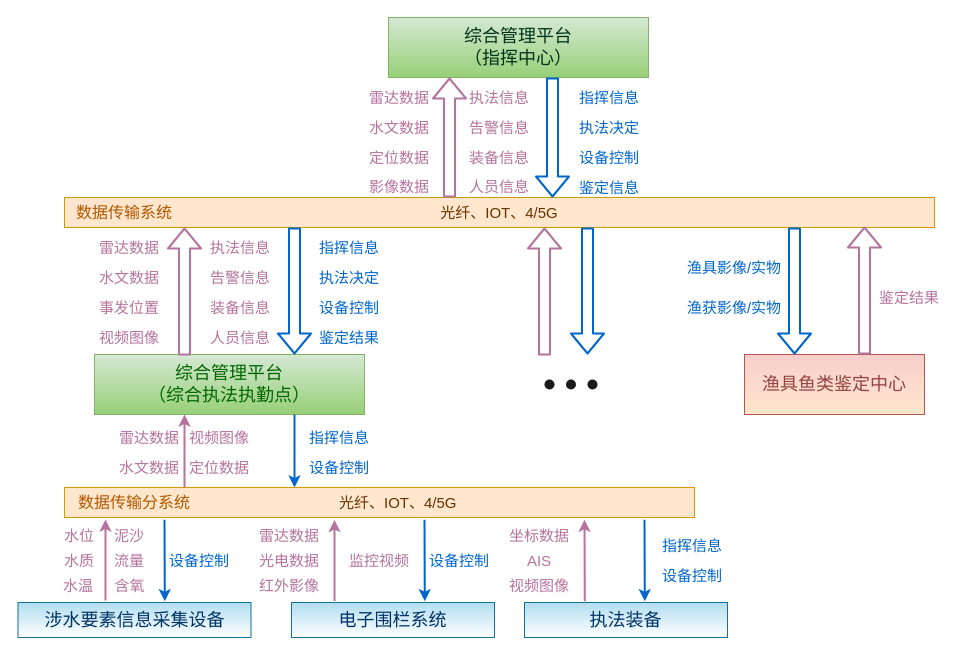
This is 信息关系.drawio from singleYU/WPF_Docs, a draw.io file, before an edit. Source tidied: cells renumbered, new cells numbered last; positions are measured from the earlier drawing's top-left corner, leaving out a move shared by most shapes. Both pictures are drawn from the tidied source at 100%, with x=0, y=0 at pixel (18, 17).
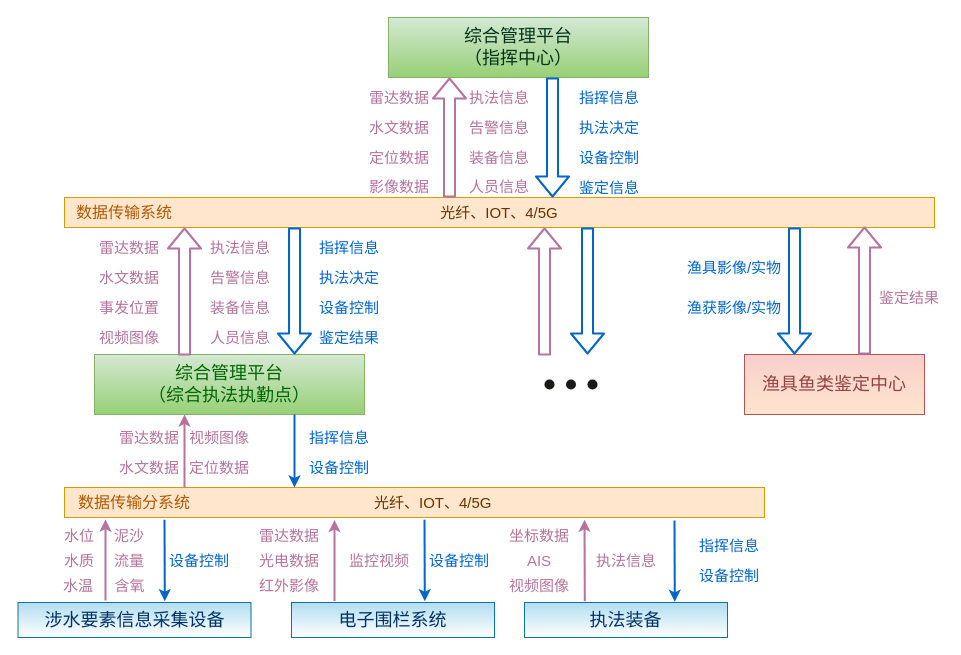
Above is the later version.

Commit message (it also covers changes not shown here):
更新信息关系.drawio

Diff of the diagram source:
```diff
@@
     <mxCell id="35" value="&amp;nbsp; &amp;nbsp; &amp;nbsp; &amp;nbsp; &amp;nbsp;光纤、IOT、4/5G" style="rounded=0;whiteSpace=wrap;html=1;fillColor=#ffe6cc;strokeColor=#d79b00;glass=0;shadow=0;gradientDirection=north;strokeWidth=1;fontSize=15;fontColor=#663300;" parent="1" vertex="1">
-      <mxGeometry x="46" y="470" width="630" height="30" as="geometry" />
+      <mxGeometry x="46" y="470" width="700" height="30" as="geometry" />
     </mxCell>
@@
     <mxCell id="62" style="endArrow=classic;html=1;fontSize=15;fontColor=#663300;strokeColor=#0066CC;strokeWidth=2;entryX=0.113;entryY=1.056;entryDx=0;entryDy=0;entryPerimeter=0;" parent="1" edge="1">
       <mxGeometry relative="1" as="geometry">
-        <mxPoint x="626" y="502.3" as="sourcePoint" />
-        <mxPoint x="626.3" y="583.7" as="targetPoint" />
+        <mxPoint x="656" y="503" as="sourcePoint" />
+        <mxPoint x="656.3" y="584.3" as="targetPoint" />
       </mxGeometry>
     </mxCell>
@@
     <mxCell id="64" value="设备控制" style="text;html=1;strokeColor=none;fillColor=none;align=center;verticalAlign=middle;whiteSpace=wrap;rounded=0;fontSize=15;fontColor=#0066CC;" parent="1" vertex="1">
-      <mxGeometry x="639" y="548" width="70" height="20" as="geometry" />
+      <mxGeometry x="676" y="548" width="70" height="20" as="geometry" />
     </mxCell>
     <mxCell id="65" value="指挥信息" style="text;html=1;strokeColor=none;fillColor=none;align=center;verticalAlign=middle;whiteSpace=wrap;rounded=0;fontSize=15;fontColor=#0066CC;" parent="1" vertex="1">
-      <mxGeometry x="639" y="518" width="70" height="20" as="geometry" />
+      <mxGeometry x="676" y="518" width="70" height="20" as="geometry" />
     </mxCell>
@@
+    <mxCell id="82" value="执法信息" style="text;html=1;strokeColor=none;fillColor=none;align=center;verticalAlign=middle;whiteSpace=wrap;rounded=0;fontSize=15;fontColor=#B5739D;" parent="1" vertex="1">
+      <mxGeometry x="572.5" y="533" width="70" height="20" as="geometry" />
+    </mxCell>
```
